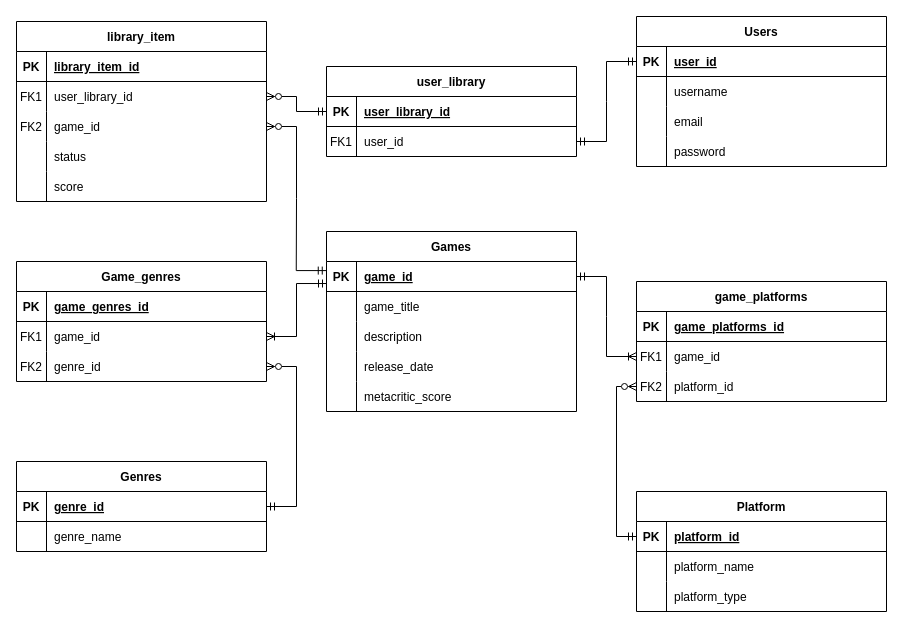
The draw.io diagram docs/Game Library Tracker ERD.drawio in RAbeyrathna/T2A2-Game-Library-API, before the edit. Source tidied: cells renumbered, new cells numbered last; positions are measured from the earlier drawing's top-left corner, leaving out a move shared by most shapes. Both pictures are drawn from the tidied source at 100%, with x=0, y=0 at pixel (16, 16).
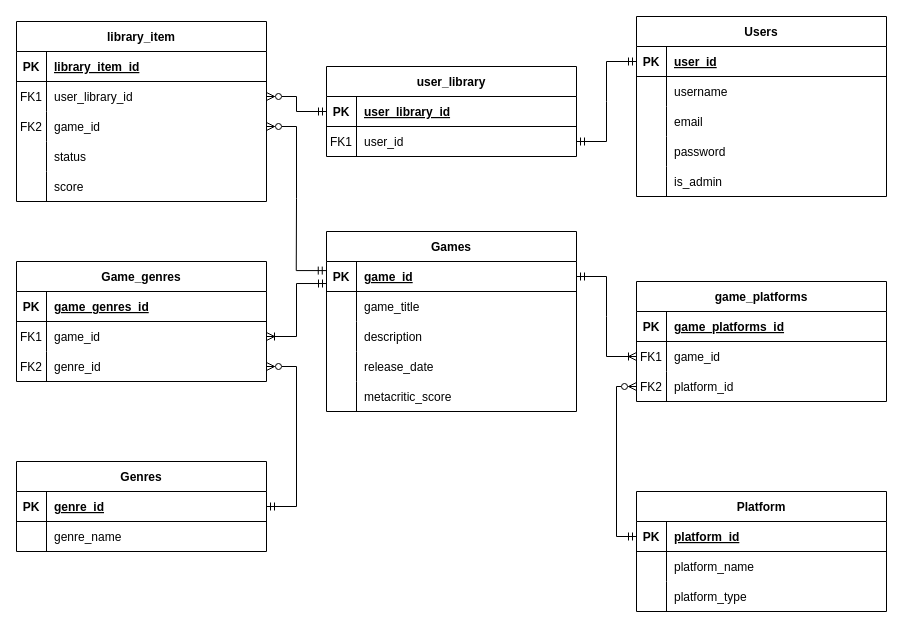
The same diagram, later.

Commit message (it also covers changes not shown here):
Remove ERD pdf file

Change to the diagram source:
```diff
@@
     <mxCell id="2" value="Users" style="shape=table;startSize=30;childLayout=tableLayout;rowLines=0;fontStyle=1;align=center;" parent="1" vertex="1">
-      <mxGeometry x="620" width="250" height="150" as="geometry" />
+      <mxGeometry x="620" width="250" height="180" as="geometry" />
     </mxCell>
@@
+    <mxCell id="98" style="shape=partialRectangle;fillColor=none;top=0;left=0;right=0;bottom=0;" parent="2" vertex="1">
+      <mxGeometry y="150" width="250" height="30" as="geometry" />
+    </mxCell>
+    <mxCell id="99" style="shape=partialRectangle;overflow=hidden;fillColor=none;top=0;left=0;bottom=0;right=0;" parent="98" vertex="1">
+      <mxGeometry width="30" height="30" as="geometry" />
+    </mxCell>
+    <mxCell id="100" value="is_admin" style="shape=partialRectangle;overflow=hidden;fillColor=none;top=0;left=0;bottom=0;right=0;align=left;spacingLeft=6;" parent="98" vertex="1">
+      <mxGeometry x="30" width="220" height="30" as="geometry" />
+    </mxCell>
```
